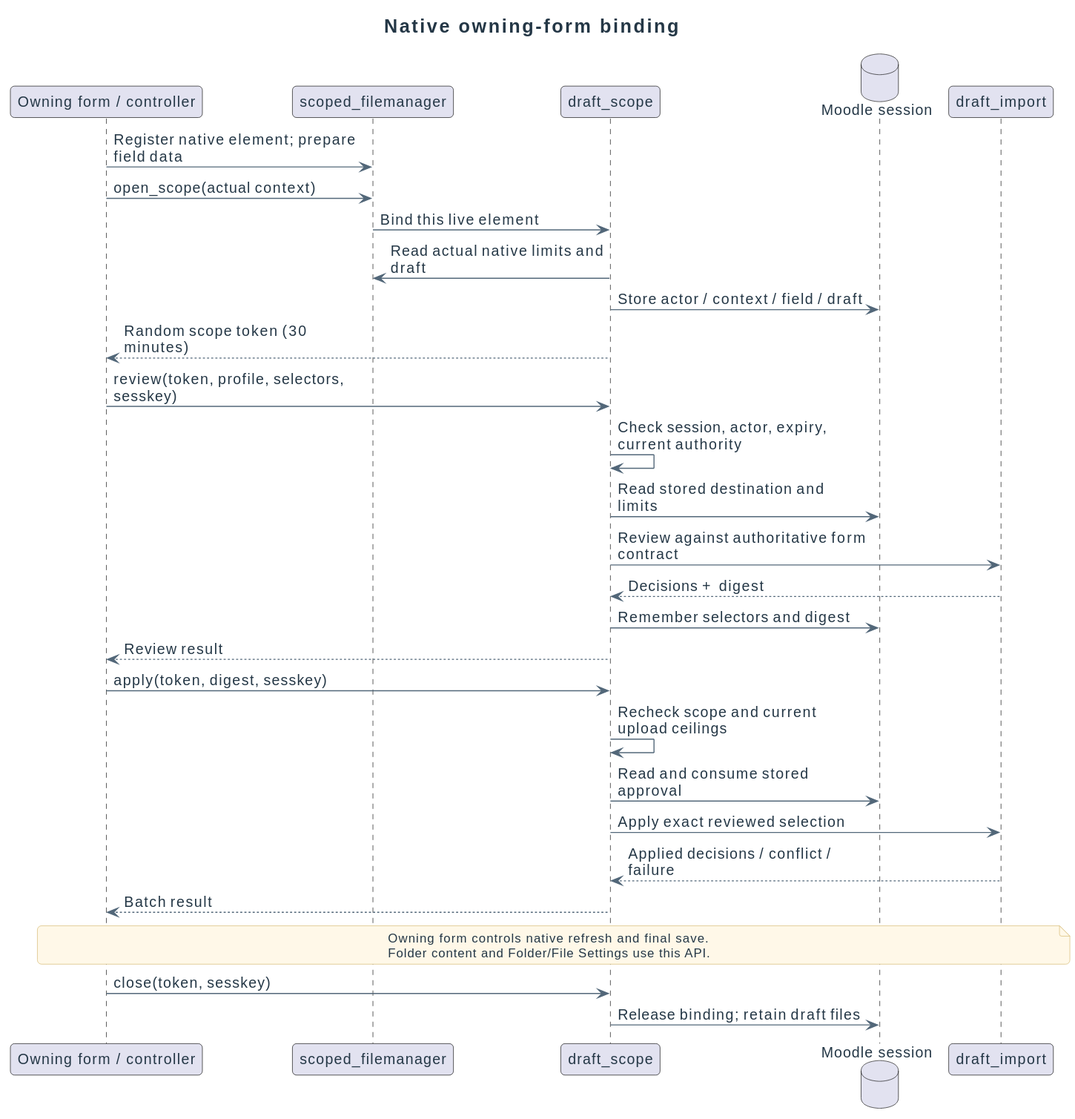
This is docs/diagrams/design/sequences/form-scope.svg from didactika/moodle-local_coursefiles, a PlantUML export, as it was before one commit. Its diagram source:
```plantuml
@startuml
!include ../../_style.puml
skinparam maxMessageSize 240
title Native owning-form binding
participant "Owning form / controller" as Form
participant "scoped_filemanager" as Control
participant "draft_scope" as Scope
database "Moodle session" as Session
participant "draft_import" as Batch

Form -> Control : Register native element; prepare field data
Form -> Control : open_scope(actual context)
Control -> Scope : Bind this live element
Scope -> Control : Read actual native limits and draft
Scope -> Session : Store actor / context / field / draft
Scope --> Form : Random scope token (30 minutes)

Form -> Scope : review(token, profile, selectors, sesskey)
Scope -> Scope : Check session, actor, expiry, current authority
Scope -> Session : Read stored destination and limits
Scope -> Batch : Review against authoritative form contract
Batch --> Scope : Decisions + digest
Scope -> Session : Remember selectors and digest
Scope --> Form : Review result

Form -> Scope : apply(token, digest, sesskey)
Scope -> Scope : Recheck scope and current upload ceilings
Scope -> Session : Read and consume stored approval
Scope -> Batch : Apply exact reviewed selection
Batch --> Scope : Applied decisions / conflict / failure
Scope --> Form : Batch result
note over Form, Batch
Owning form controls native refresh and final save.
Folder content and Folder/File Settings use this API.
end note

Form -> Scope : close(token, sesskey)
Scope -> Session : Release binding; retain draft files
@enduml
```
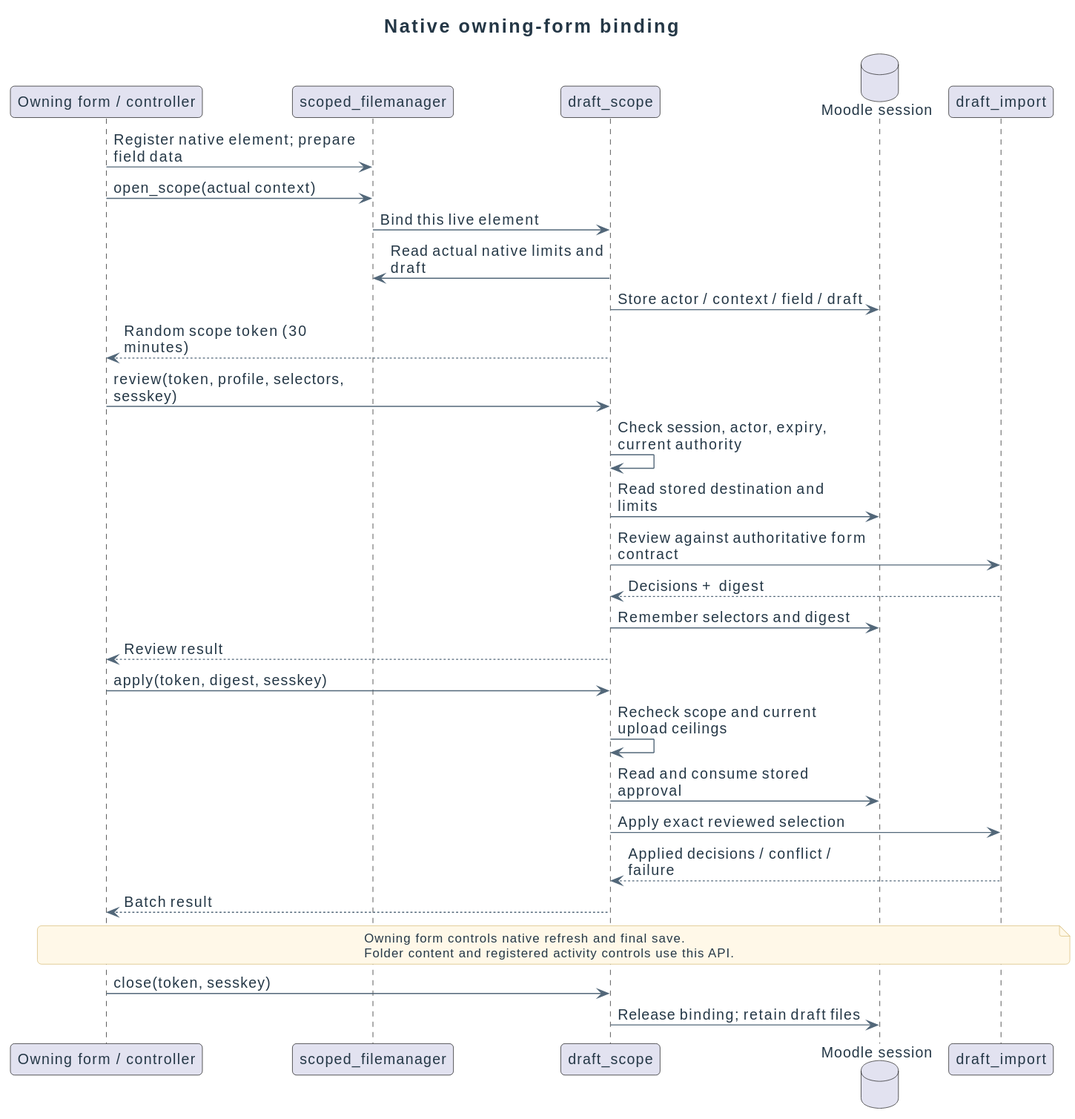
The same diagram one commit later.

What changed in the source:
```diff
@@ -31,7 +31,7 @@
 Scope --> Form : Batch result
 note over Form, Batch
 Owning form controls native refresh and final save.
-Folder content and Folder/File Settings use this API.
+Folder content and registered activity controls use this API.
 end note
 
 Form -> Scope : close(token, sesskey)
```
